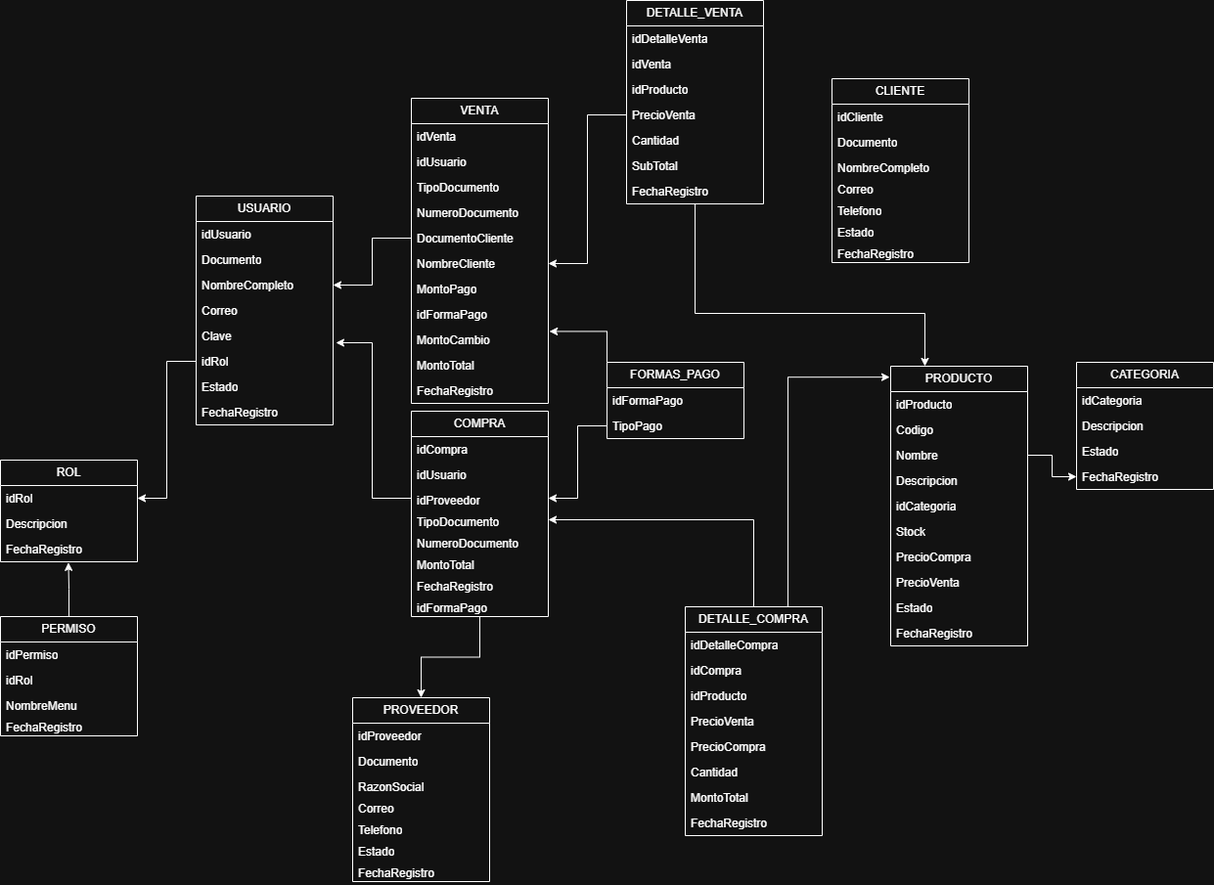
Before: Diagramas/Diagrama de Dominio.drawio.png, a diagram exported from draw.io (IvanMoreno718/Trabajo-Practicas-Profesionalizantes). Source tidied: cells renumbered, new cells last; positions are measured from the earlier drawing's top-left corner, leaving out a move shared by most shapes.
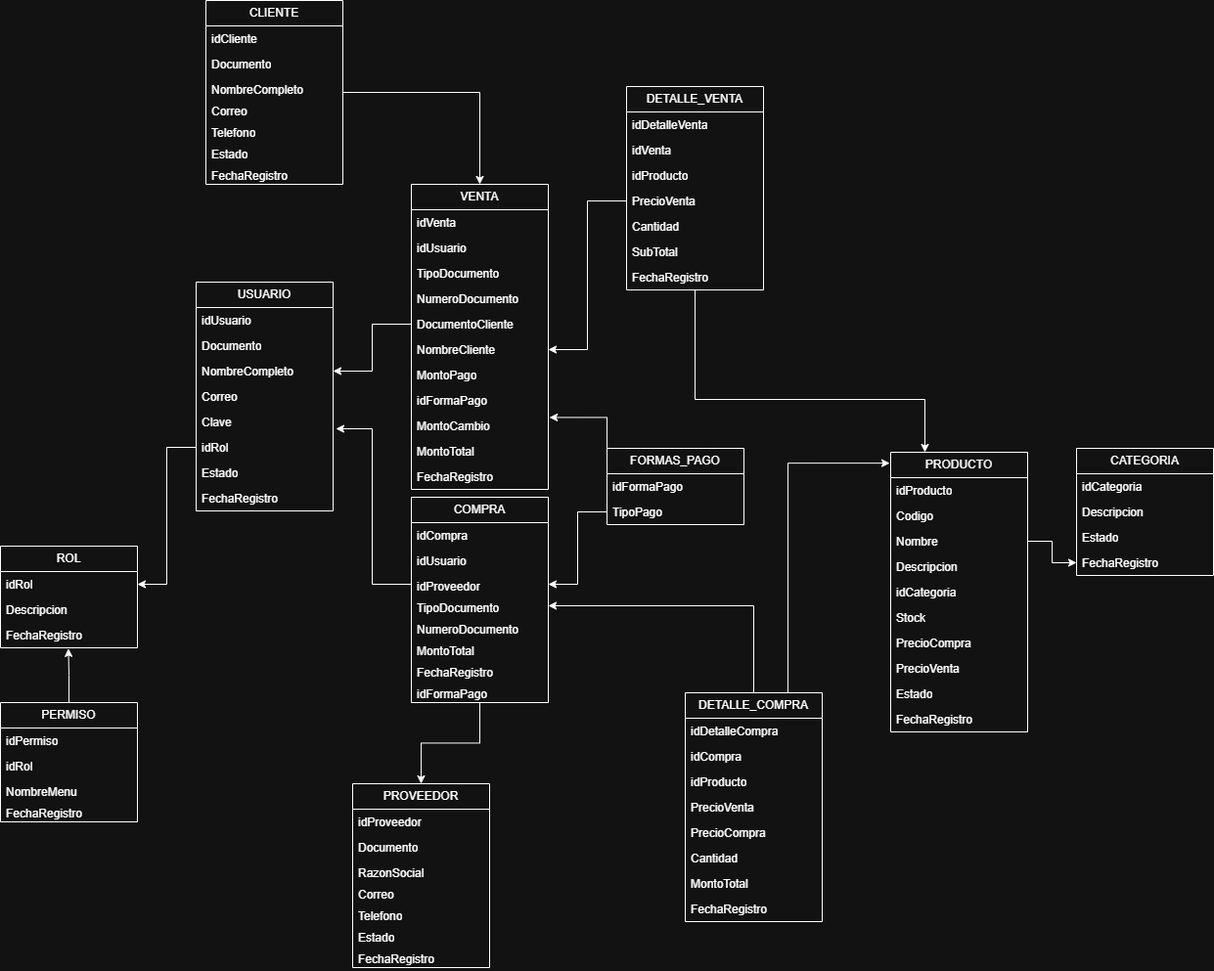
The same file after the commit.

Change to the diagram source:
```diff
@@ -256,8 +256,11 @@
     <mxCell id="84" value="FechaRegistro" style="text;strokeColor=none;fillColor=none;align=left;verticalAlign=top;spacingLeft=4;spacingRight=4;overflow=hidden;points=[[0,0.5],[1,0.5]];portConstraint=eastwest;whiteSpace=wrap;html=1;" parent="80" vertex="1">
       <mxGeometry y="104" width="140" height="26" as="geometry" />
     </mxCell>
+    <mxCell id="105" style="edgeStyle=orthogonalEdgeStyle;rounded=0;jettySize=auto;html=1;entryX=0.5;entryY=0;entryDx=0;entryDy=0;" parent="1" edge="1" source="85" target="38">
+      <mxGeometry relative="1" as="geometry" />
+    </mxCell>
     <mxCell id="85" value="CLIENTE" style="swimlane;fontStyle=0;horizontal=1;startSize=26;fillColor=none;whiteSpace=wrap;html=1;" parent="1" vertex="1">
-      <mxGeometry x="850" y="80" width="140" height="188" as="geometry" />
+      <mxGeometry x="210" y="-88" width="140" height="188" as="geometry" />
     </mxCell>
     <mxCell id="86" value="idCliente" style="text;strokeColor=none;fillColor=none;align=left;verticalAlign=top;spacingLeft=4;spacingRight=4;overflow=hidden;whiteSpace=wrap;html=1;" parent="85" vertex="1">
       <mxGeometry y="26" width="140" height="26" as="geometry" />
```
